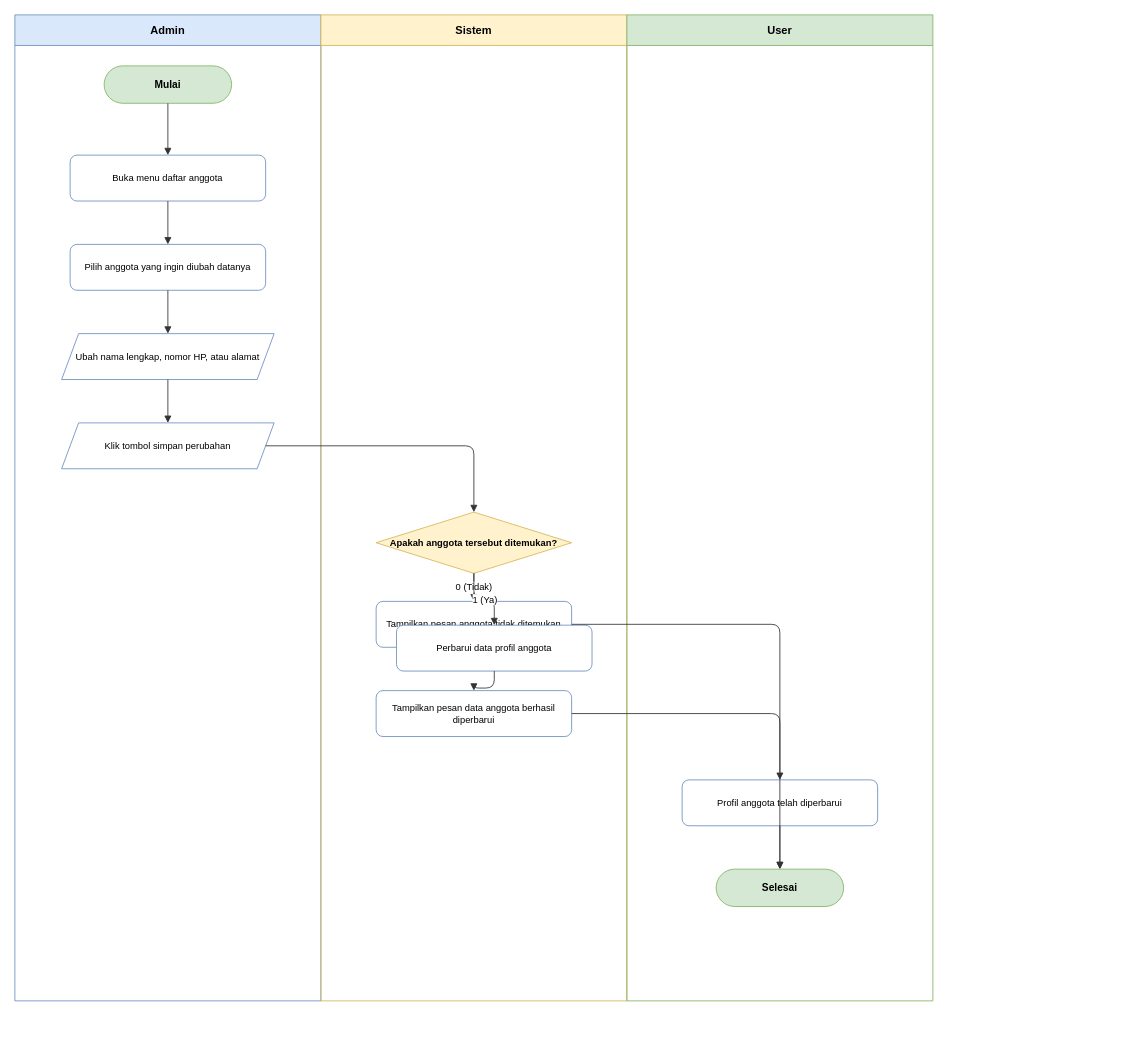
This is docs/diagrams/activity/activity-updateuser.drawio from dimstyle/ruang-baca, a draw.io file, before an edit. Source tidied: cells renumbered, new cells numbered last; positions are measured from the earlier drawing's top-left corner, leaving out a move shared by most shapes. Both pictures are drawn from the tidied source at 85%, with x=0, y=0 at pixel (14, 14).
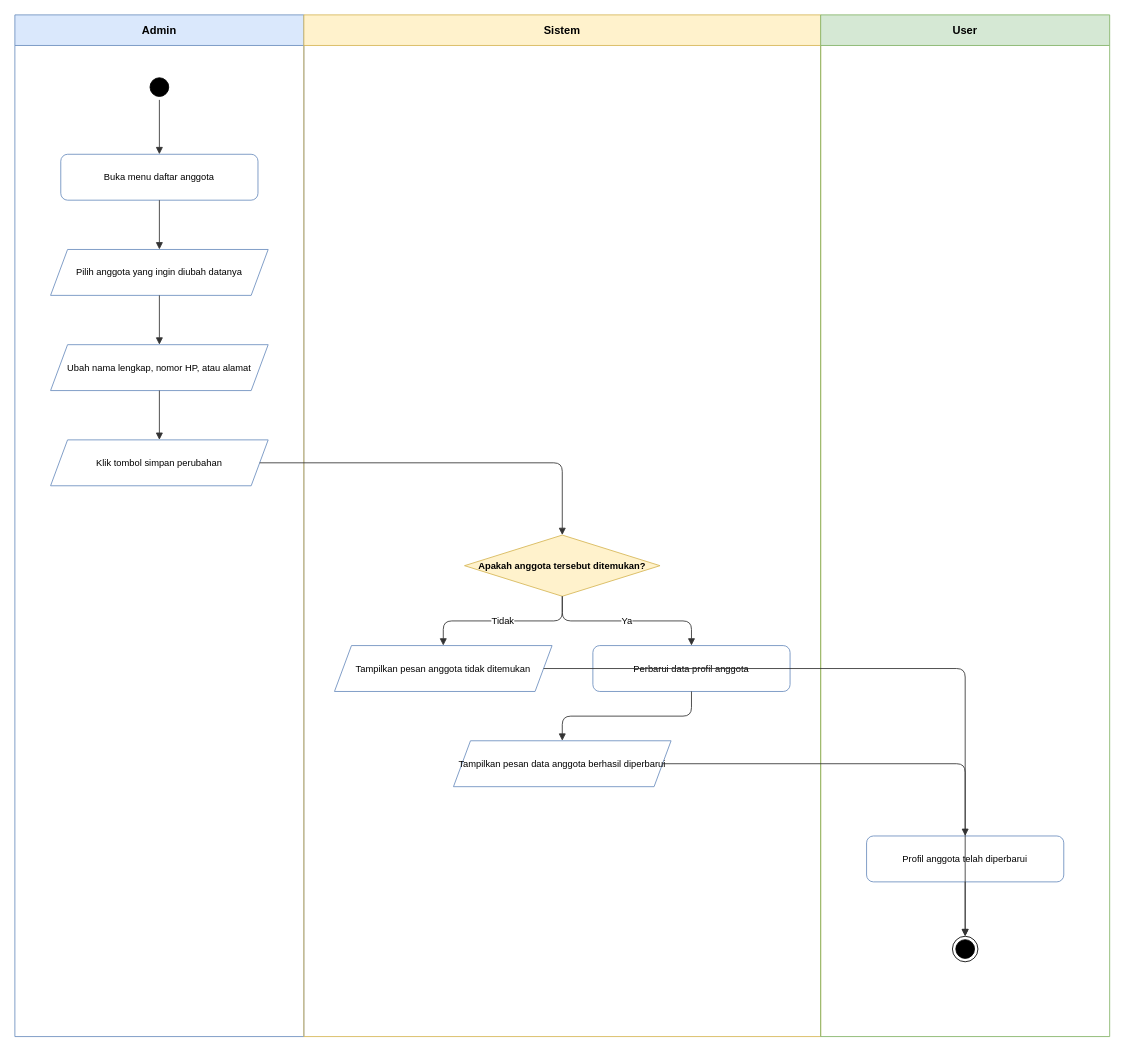
After the change.

What changed in the source:
```diff
@@
     <mxCell id="2" value="Admin" style="swimlane;whiteSpace=wrap;html=1;startSize=36;fillColor=#dae8fc;strokeColor=#6c8ebf;fontStyle=1;fontSize=13;" parent="1" vertex="1">
-      <mxGeometry width="360" height="1160" as="geometry" />
+      <mxGeometry width="340" height="1202" as="geometry" />
     </mxCell>
     <mxCell id="3" value="Sistem" style="swimlane;whiteSpace=wrap;html=1;startSize=36;fillColor=#fff2cc;strokeColor=#d6b656;fontStyle=1;fontSize=13;" parent="1" vertex="1">
-      <mxGeometry x="360" width="360" height="1160" as="geometry" />
+      <mxGeometry x="340" width="608" height="1202" as="geometry" />
     </mxCell>
     <mxCell id="4" value="User" style="swimlane;whiteSpace=wrap;html=1;startSize=36;fillColor=#d5e8d4;strokeColor=#82b366;fontStyle=1;fontSize=13;" parent="1" vertex="1">
-      <mxGeometry x="720" width="360" height="1160" as="geometry" />
+      <mxGeometry x="948" width="340" height="1202" as="geometry" />
     </mxCell>
-    <mxCell id="5" value="Mulai" style="rounded=1;whiteSpace=wrap;html=1;arcSize=50;fillColor=#d5e8d4;strokeColor=#82b366;fontStyle=1;fontSize=12;" parent="2" vertex="1">
-      <mxGeometry x="105" y="60" width="150" height="44" as="geometry" />
+    <mxCell id="5" style="ellipse;html=1;shape=startState;fillColor=#000000;strokeColor=#000000;" parent="2" vertex="1">
+      <mxGeometry x="155" y="70" width="30" height="30" as="geometry" />
     </mxCell>
     <mxCell id="6" value="Buka menu daftar anggota" style="rounded=1;whiteSpace=wrap;html=1;fillColor=#ffffff;strokeColor=#6c8ebf;fontSize=11;" parent="2" vertex="1">
-      <mxGeometry x="65" y="165" width="230" height="54" as="geometry" />
+      <mxGeometry x="54" y="164" width="232" height="54" as="geometry" />
     </mxCell>
-    <mxCell id="7" value="Pilih anggota yang ingin diubah datanya" style="rounded=1;whiteSpace=wrap;html=1;fillColor=#ffffff;strokeColor=#6c8ebf;fontSize=11;" parent="2" vertex="1">
-      <mxGeometry x="65" y="270" width="230" height="54" as="geometry" />
+    <mxCell id="7" value="Pilih anggota yang ingin diubah datanya" style="shape=parallelogram;perimeter=parallelogramPerimeter;whiteSpace=wrap;html=1;fixedSize=1;fillColor=#ffffff;strokeColor=#6c8ebf;fontSize=11;" parent="2" vertex="1">
+      <mxGeometry x="42" y="276" width="256" height="54" as="geometry" />
     </mxCell>
     <mxCell id="8" value="Ubah nama lengkap, nomor HP, atau alamat" style="shape=parallelogram;perimeter=parallelogramPerimeter;whiteSpace=wrap;html=1;fixedSize=1;fillColor=#ffffff;strokeColor=#6c8ebf;fontSize=11;" parent="2" vertex="1">
-      <mxGeometry x="55" y="375" width="250" height="54" as="geometry" />
+      <mxGeometry x="42" y="388" width="256" height="54" as="geometry" />
     </mxCell>
     <mxCell id="9" value="Klik tombol simpan perubahan" style="shape=parallelogram;perimeter=parallelogramPerimeter;whiteSpace=wrap;html=1;fixedSize=1;fillColor=#ffffff;strokeColor=#6c8ebf;fontSize=11;" parent="2" vertex="1">
-      <mxGeometry x="55" y="480" width="250" height="54" as="geometry" />
+      <mxGeometry x="42" y="500" width="256" height="54" as="geometry" />
     </mxCell>
     <mxCell id="10" value="Apakah anggota tersebut ditemukan?" style="rhombus;whiteSpace=wrap;html=1;fillColor=#fff2cc;strokeColor=#d6b656;fontStyle=1;fontSize=11;" parent="3" vertex="1">
-      <mxGeometry x="65" y="585" width="230" height="72" as="geometry" />
+      <mxGeometry x="189" y="612" width="230" height="72" as="geometry" />
     </mxCell>
-    <mxCell id="11" value="Tampilkan pesan anggota tidak ditemukan" style="rounded=1;whiteSpace=wrap;html=1;fillColor=#ffffff;strokeColor=#6c8ebf;fontSize=11;" parent="3" vertex="1">
-      <mxGeometry x="65" y="690" width="230" height="54" as="geometry" />
+    <mxCell id="11" value="Tampilkan pesan anggota tidak ditemukan" style="shape=parallelogram;perimeter=parallelogramPerimeter;whiteSpace=wrap;html=1;fixedSize=1;fillColor=#ffffff;strokeColor=#6c8ebf;fontSize=11;" parent="3" vertex="1">
+      <mxGeometry x="36" y="742" width="256" height="54" as="geometry" />
     </mxCell>
     <mxCell id="12" value="Perbarui data profil anggota" style="rounded=1;whiteSpace=wrap;html=1;fillColor=#ffffff;strokeColor=#6c8ebf;fontSize=11;" parent="3" vertex="1">
-      <mxGeometry x="89" y="718" width="230" height="54" as="geometry" />
+      <mxGeometry x="340" y="742" width="232" height="54" as="geometry" />
     </mxCell>
-    <mxCell id="13" value="Tampilkan pesan data anggota berhasil diperbarui" style="rounded=1;whiteSpace=wrap;html=1;fillColor=#ffffff;strokeColor=#6c8ebf;fontSize=11;" parent="3" vertex="1">
-      <mxGeometry x="65" y="795" width="230" height="54" as="geometry" />
+    <mxCell id="13" value="Tampilkan pesan data anggota berhasil diperbarui" style="shape=parallelogram;perimeter=parallelogramPerimeter;whiteSpace=wrap;html=1;fixedSize=1;fillColor=#ffffff;strokeColor=#6c8ebf;fontSize=11;" parent="3" vertex="1">
+      <mxGeometry x="176" y="854" width="256" height="54" as="geometry" />
     </mxCell>
+    <mxCell id="15" value="Profil anggota telah diperbarui" style="rounded=1;whiteSpace=wrap;html=1;fillColor=#ffffff;strokeColor=#6c8ebf;fontSize=11;" parent="4" vertex="1">
+      <mxGeometry x="54" y="966" width="232" height="54" as="geometry" />
+    </mxCell>
-    <mxCell id="14" value="Selesai" style="rounded=1;whiteSpace=wrap;html=1;arcSize=50;fillColor=#d5e8d4;strokeColor=#82b366;fontStyle=1;fontSize=12;" parent="4" vertex="1">
-      <mxGeometry x="105" y="1005" width="150" height="44" as="geometry" />
+    <mxCell id="14" style="ellipse;html=1;shape=endState;fillColor=#000000;strokeColor=#000000;" parent="4" vertex="1">
+      <mxGeometry x="155" y="1084" width="30" height="30" as="geometry" />
     </mxCell>
-    <mxCell id="15" value="Profil anggota telah diperbarui" style="rounded=1;whiteSpace=wrap;html=1;fillColor=#ffffff;strokeColor=#6c8ebf;fontSize=11;" parent="4" vertex="1">
-      <mxGeometry x="65" y="900" width="230" height="54" as="geometry" />
-    </mxCell>
@@
-    <mxCell id="21" value="0 (Tidak)" style="edgeStyle=orthogonalEdgeStyle;rounded=1;jettySize=auto;html=1;endArrow=block;endFill=1;strokeColor=#333333;fontSize=11;labelBackgroundColor=#ffffff;" parent="1" edge="1" source="10" target="11">
+    <mxCell id="21" value="Tidak" style="edgeStyle=orthogonalEdgeStyle;rounded=1;jettySize=auto;html=1;endArrow=block;endFill=1;strokeColor=#333333;fontSize=11;labelBackgroundColor=#ffffff;" parent="1" edge="1" source="10" target="11">
       <mxGeometry relative="1" as="geometry" />
     </mxCell>
-    <mxCell id="22" value="1 (Ya)" style="edgeStyle=orthogonalEdgeStyle;rounded=1;jettySize=auto;html=1;endArrow=block;endFill=1;strokeColor=#333333;fontSize=11;labelBackgroundColor=#ffffff;" parent="1" edge="1" source="10" target="12">
+    <mxCell id="22" value="Ya" style="edgeStyle=orthogonalEdgeStyle;rounded=1;jettySize=auto;html=1;endArrow=block;endFill=1;strokeColor=#333333;fontSize=11;labelBackgroundColor=#ffffff;" parent="1" edge="1" source="10" target="12">
       <mxGeometry relative="1" as="geometry" />
     </mxCell>
```
